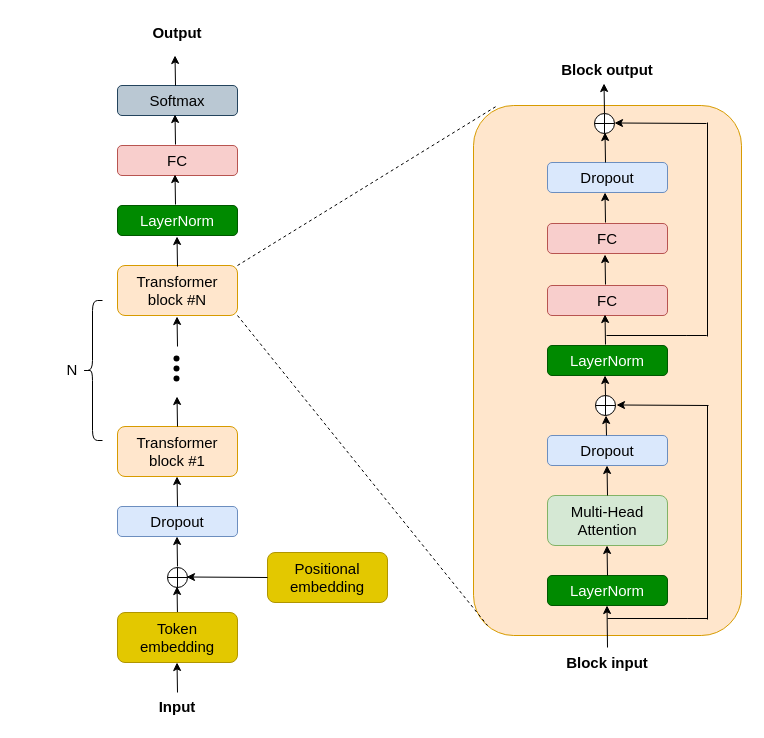
The draw.io diagram page "Page-1" (1 of 3) of GPT2.drawio in windmaple/LLM_from_scratch.JAX, before the edit. Source tidied: cells renumbered, new cells numbered last; positions are measured from the earlier drawing's top-left corner, leaving out a move shared by most shapes. Both pictures are drawn from the tidied source at 100%, with x=0, y=0 at pixel (17, 17).
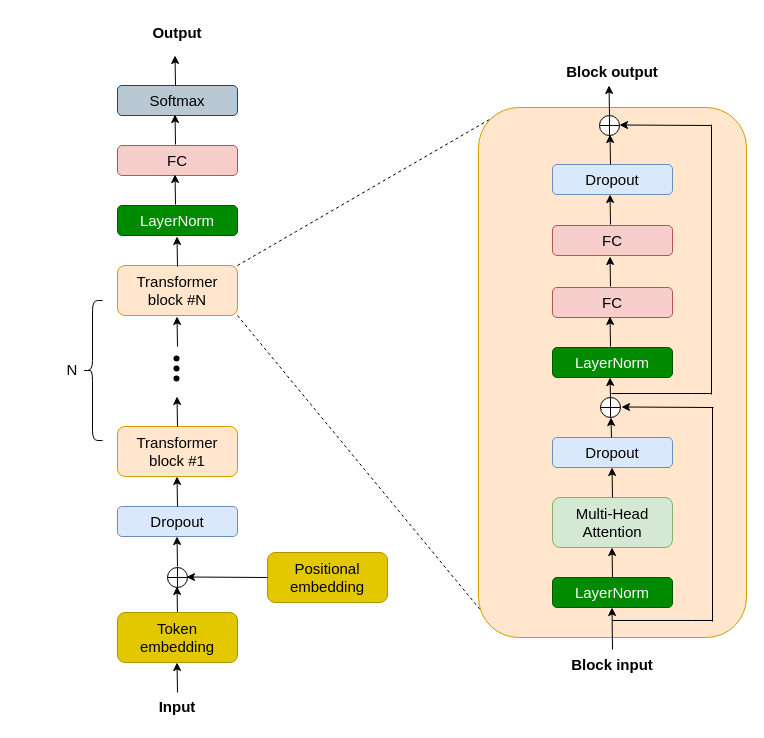
The same diagram, later.

The change refers to these unchanged cells:
```xml
<mxCell id="40" value="&lt;span style=&quot;font-size: 15px;&quot;&gt;Transformer block #N&lt;/span&gt;" style="rounded=1;whiteSpace=wrap;html=1;fillColor=#ffe6cc;strokeColor=#d79b00;" parent="1" vertex="1">
  <mxGeometry x="100" y="248" width="120" height="50" as="geometry" />
</mxCell>
```

Diff of the diagram source:
```diff
@@
-    <mxCell id="2" style="rounded=1;whiteSpace=wrap;html=1;fillColor=#ffe6cc;strokeColor=#d79b00;" parent="1" vertex="1">
-      <mxGeometry x="456" y="88" width="268" height="530" as="geometry" />
-    </mxCell>
-    <mxCell id="3" value="&lt;font style=&quot;font-size: 15px;&quot;&gt;Dropout&lt;/font&gt;" style="rounded=1;whiteSpace=wrap;html=1;fillColor=#dae8fc;strokeColor=#6c8ebf;" parent="1" vertex="1">
-      <mxGeometry x="530" y="145" width="120" height="30" as="geometry" />
-    </mxCell>
-    <mxCell id="4" value="&lt;font style=&quot;font-size: 15px;&quot;&gt;FC&lt;/font&gt;" style="rounded=1;whiteSpace=wrap;html=1;fillColor=#f8cecc;strokeColor=#b85450;" parent="1" vertex="1">
-      <mxGeometry x="530" y="268" width="120" height="30" as="geometry" />
-    </mxCell>
-    <mxCell id="5" value="&lt;font style=&quot;font-size: 15px;&quot;&gt;LayerNorm&lt;/font&gt;" style="rounded=1;whiteSpace=wrap;html=1;fillColor=#008a00;fontColor=#ffffff;strokeColor=#005700;" parent="1" vertex="1">
-      <mxGeometry x="530" y="328" width="120" height="30" as="geometry" />
-    </mxCell>
-    <mxCell id="6" value="&lt;font style=&quot;font-size: 15px;&quot;&gt;Dropout&lt;/font&gt;" style="rounded=1;whiteSpace=wrap;html=1;fillColor=#dae8fc;strokeColor=#6c8ebf;" parent="1" vertex="1">
-      <mxGeometry x="530" y="418" width="120" height="30" as="geometry" />
-    </mxCell>
-    <mxCell id="7" value="&lt;font style=&quot;font-size: 15px;&quot;&gt;Multi-Head&lt;/font&gt;&lt;div&gt;&lt;font style=&quot;font-size: 15px;&quot;&gt;Attention&lt;/font&gt;&lt;/div&gt;" style="rounded=1;whiteSpace=wrap;html=1;fillColor=#d5e8d4;strokeColor=#82b366;" parent="1" vertex="1">
-      <mxGeometry x="530" y="478" width="120" height="50" as="geometry" />
-    </mxCell>
-    <mxCell id="8" value="&lt;font style=&quot;font-size: 15px;&quot;&gt;LayerNorm&lt;/font&gt;" style="rounded=1;whiteSpace=wrap;html=1;fillColor=#008a00;fontColor=#ffffff;strokeColor=#005700;" parent="1" vertex="1">
-      <mxGeometry x="530" y="558" width="120" height="30" as="geometry" />
-    </mxCell>
-    <mxCell id="9" style="endArrow=classic;html=1;rounded=0;" parent="1" edge="1">
-      <mxGeometry relative="1" as="geometry">
-        <mxPoint x="590" y="558" as="sourcePoint" />
-        <mxPoint x="589.5" y="528" as="targetPoint" />
-      </mxGeometry>
-    </mxCell>
-    <mxCell id="10" style="endArrow=classic;html=1;rounded=0;" parent="1" edge="1">
-      <mxGeometry relative="1" as="geometry">
-        <mxPoint x="590" y="478" as="sourcePoint" />
-        <mxPoint x="589.5" y="448" as="targetPoint" />
-      </mxGeometry>
-    </mxCell>
-    <mxCell id="11" style="endArrow=classic;html=1;rounded=0;" parent="1" edge="1">
-      <mxGeometry relative="1" as="geometry">
-        <mxPoint x="589" y="418" as="sourcePoint" />
-        <mxPoint x="588.5" y="398" as="targetPoint" />
-      </mxGeometry>
-    </mxCell>
-    <mxCell id="12" style="endArrow=classic;html=1;rounded=0;" parent="1" edge="1">
-      <mxGeometry relative="1" as="geometry">
-        <mxPoint x="588" y="378" as="sourcePoint" />
-        <mxPoint x="587.5" y="358" as="targetPoint" />
-      </mxGeometry>
-    </mxCell>
-    <mxCell id="13" style="endArrow=classic;html=1;rounded=0;" parent="1" edge="1">
-      <mxGeometry relative="1" as="geometry">
-        <mxPoint x="588" y="327" as="sourcePoint" />
-        <mxPoint x="587.5" y="297" as="targetPoint" />
-      </mxGeometry>
-    </mxCell>
-    <mxCell id="14" style="endArrow=classic;html=1;rounded=0;" parent="1" edge="1">
-      <mxGeometry relative="1" as="geometry">
-        <mxPoint x="588" y="267" as="sourcePoint" />
-        <mxPoint x="587.5" y="237" as="targetPoint" />
-      </mxGeometry>
-    </mxCell>
-    <mxCell id="15" style="endArrow=classic;html=1;rounded=0;exitX=0.5;exitY=0;exitDx=0;exitDy=0;" parent="1" edge="1" source="50">
-      <mxGeometry relative="1" as="geometry">
-        <mxPoint x="589.5" y="588" as="targetPoint" />
-      </mxGeometry>
-    </mxCell>
-    <mxCell id="16" style="endArrow=classic;html=1;rounded=0;" parent="1" edge="1">
-      <mxGeometry relative="1" as="geometry">
-        <mxPoint x="587" y="96" as="sourcePoint" />
-        <mxPoint x="586.5" y="66" as="targetPoint" />
-      </mxGeometry>
-    </mxCell>
-    <mxCell id="17" style="verticalLabelPosition=bottom;verticalAlign=top;html=1;shape=mxgraph.flowchart.summing_function;" parent="1" vertex="1">
-      <mxGeometry x="578" y="378" width="20" height="20" as="geometry" />
-    </mxCell>
-    <mxCell id="18" style="endArrow=classic;html=1;rounded=0;" parent="1" edge="1">
-      <mxGeometry relative="1" as="geometry">
-        <mxPoint x="691" y="388" as="sourcePoint" />
-        <mxPoint x="599" y="387.5" as="targetPoint" />
-      </mxGeometry>
-    </mxCell>
-    <mxCell id="19" style="endArrow=none;html=1;rounded=0;" parent="1" edge="1">
-      <mxGeometry relative="1" as="geometry">
-        <mxPoint x="690" y="602" as="sourcePoint" />
-        <mxPoint x="690" y="388" as="targetPoint" />
-      </mxGeometry>
-    </mxCell>
-    <mxCell id="20" style="endArrow=none;html=1;rounded=0;" parent="1" edge="1">
-      <mxGeometry relative="1" as="geometry">
-        <mxPoint x="590" y="601" as="sourcePoint" />
-        <mxPoint x="670" y="601" as="targetPoint" />
-        <Array as="points">
-          <mxPoint x="670" y="601" />
-          <mxPoint x="690" y="601" />
-        </Array>
-      </mxGeometry>
-    </mxCell>
-    <mxCell id="21" style="verticalLabelPosition=bottom;verticalAlign=top;html=1;shape=mxgraph.flowchart.summing_function;" parent="1" vertex="1">
-      <mxGeometry x="577" y="96" width="20" height="20" as="geometry" />
-    </mxCell>
-    <mxCell id="22" style="endArrow=classic;html=1;rounded=0;" parent="1" edge="1">
-      <mxGeometry relative="1" as="geometry">
-        <mxPoint x="689" y="106" as="sourcePoint" />
-        <mxPoint x="597" y="105.5" as="targetPoint" />
-      </mxGeometry>
-    </mxCell>
-    <mxCell id="23" style="endArrow=classic;html=1;rounded=0;" parent="1" edge="1">
-      <mxGeometry relative="1" as="geometry">
-        <mxPoint x="588" y="145" as="sourcePoint" />
-        <mxPoint x="587.5" y="115" as="targetPoint" />
-      </mxGeometry>
-    </mxCell>
-    <mxCell id="24" style="endArrow=none;html=1;rounded=0;" parent="1" edge="1">
-      <mxGeometry relative="1" as="geometry">
-        <mxPoint x="589" y="318" as="sourcePoint" />
-        <mxPoint x="669" y="318" as="targetPoint" />
-        <Array as="points">
-          <mxPoint x="669" y="318" />
-          <mxPoint x="689" y="318" />
-        </Array>
-      </mxGeometry>
-    </mxCell>
@@
-    <mxCell id="48" style="endArrow=none;dashed=1;html=1;rounded=0;entryX=0.09;entryY=0;entryDx=0;entryDy=0;entryPerimeter=0;" parent="1" edge="1" target="2">
+    <mxCell id="48" style="endArrow=none;dashed=1;html=1;rounded=0;entryX=0.067;entryY=0.015;entryDx=0;entryDy=0;entryPerimeter=0;" parent="1" edge="1" target="59">
       <mxGeometry relative="1" as="geometry">
         <mxPoint x="220" y="248" as="sourcePoint" />
       </mxGeometry>
     </mxCell>
-    <mxCell id="49" style="endArrow=none;dashed=1;html=1;rounded=0;exitX=1;exitY=1;exitDx=0;exitDy=0;entryX=0.052;entryY=0.981;entryDx=0;entryDy=0;entryPerimeter=0;" parent="1" edge="1" source="40" target="2">
+    <mxCell id="49" style="endArrow=none;dashed=1;html=1;rounded=0;exitX=1;exitY=1;exitDx=0;exitDy=0;entryX=0.03;entryY=0.962;entryDx=0;entryDy=0;entryPerimeter=0;" parent="1" edge="1" source="40" target="59">
       <mxGeometry relative="1" as="geometry" />
     </mxCell>
-    <mxCell id="50" value="&lt;b&gt;Block input&lt;/b&gt;" style="text;strokeColor=none;align=center;fillColor=none;html=1;verticalAlign=middle;whiteSpace=wrap;rounded=0;fontSize=15;" parent="1" vertex="1">
-      <mxGeometry x="535" y="630" width="110" height="30" as="geometry" />
-    </mxCell>
-    <mxCell id="51" value="&lt;b&gt;Block output&lt;/b&gt;" style="text;strokeColor=none;align=center;fillColor=none;html=1;verticalAlign=middle;whiteSpace=wrap;rounded=0;fontSize=15;" parent="1" vertex="1">
-      <mxGeometry x="535" y="37" width="110" height="30" as="geometry" />
-    </mxCell>
@@
-    <mxCell id="56" value="&lt;font style=&quot;font-size: 15px;&quot;&gt;FC&lt;/font&gt;" style="rounded=1;whiteSpace=wrap;html=1;fillColor=#f8cecc;strokeColor=#b85450;" parent="1" vertex="1">
-      <mxGeometry x="530" y="206" width="120" height="30" as="geometry" />
-    </mxCell>
-    <mxCell id="57" style="endArrow=classic;html=1;rounded=0;" parent="1" edge="1">
-      <mxGeometry relative="1" as="geometry">
-        <mxPoint x="588" y="205" as="sourcePoint" />
-        <mxPoint x="587.5" y="175" as="targetPoint" />
-      </mxGeometry>
-    </mxCell>
-    <mxCell id="58" style="endArrow=none;html=1;rounded=0;" parent="1" edge="1">
-      <mxGeometry relative="1" as="geometry">
-        <mxPoint x="690" y="319" as="sourcePoint" />
-        <mxPoint x="690" y="105" as="targetPoint" />
-      </mxGeometry>
-    </mxCell>
+    <mxCell id="59" style="rounded=1;whiteSpace=wrap;html=1;fillColor=#ffe6cc;strokeColor=#d79b00;" parent="1" vertex="1">
+      <mxGeometry x="461" y="90" width="268" height="530" as="geometry" />
+    </mxCell>
+    <mxCell id="60" value="&lt;font style=&quot;font-size: 15px;&quot;&gt;Dropout&lt;/font&gt;" style="rounded=1;whiteSpace=wrap;html=1;fillColor=#dae8fc;strokeColor=#6c8ebf;" parent="1" vertex="1">
+      <mxGeometry x="535" y="147" width="120" height="30" as="geometry" />
+    </mxCell>
+    <mxCell id="61" value="&lt;font style=&quot;font-size: 15px;&quot;&gt;FC&lt;/font&gt;" style="rounded=1;whiteSpace=wrap;html=1;fillColor=#f8cecc;strokeColor=#b85450;" parent="1" vertex="1">
+      <mxGeometry x="535" y="270" width="120" height="30" as="geometry" />
+    </mxCell>
+    <mxCell id="62" value="&lt;font style=&quot;font-size: 15px;&quot;&gt;LayerNorm&lt;/font&gt;" style="rounded=1;whiteSpace=wrap;html=1;fillColor=#008a00;fontColor=#ffffff;strokeColor=#005700;" parent="1" vertex="1">
+      <mxGeometry x="535" y="330" width="120" height="30" as="geometry" />
+    </mxCell>
+    <mxCell id="63" value="&lt;font style=&quot;font-size: 15px;&quot;&gt;Dropout&lt;/font&gt;" style="rounded=1;whiteSpace=wrap;html=1;fillColor=#dae8fc;strokeColor=#6c8ebf;" parent="1" vertex="1">
+      <mxGeometry x="535" y="420" width="120" height="30" as="geometry" />
+    </mxCell>
+    <mxCell id="7" value="&lt;font style=&quot;font-size: 15px;&quot;&gt;Multi-Head&lt;/font&gt;&lt;div&gt;&lt;font style=&quot;font-size: 15px;&quot;&gt;Attention&lt;/font&gt;&lt;/div&gt;" style="rounded=1;whiteSpace=wrap;html=1;fillColor=#d5e8d4;strokeColor=#82b366;" parent="1" vertex="1">
+      <mxGeometry x="535" y="480" width="120" height="50" as="geometry" />
+    </mxCell>
+    <mxCell id="64" value="&lt;font style=&quot;font-size: 15px;&quot;&gt;LayerNorm&lt;/font&gt;" style="rounded=1;whiteSpace=wrap;html=1;fillColor=#008a00;fontColor=#ffffff;strokeColor=#005700;" parent="1" vertex="1">
+      <mxGeometry x="535" y="560" width="120" height="30" as="geometry" />
+    </mxCell>
+    <mxCell id="65" style="endArrow=classic;html=1;rounded=0;" parent="1" edge="1">
+      <mxGeometry relative="1" as="geometry">
+        <mxPoint x="595" y="560" as="sourcePoint" />
+        <mxPoint x="594.5" y="530" as="targetPoint" />
+      </mxGeometry>
+    </mxCell>
+    <mxCell id="66" style="endArrow=classic;html=1;rounded=0;" parent="1" edge="1">
+      <mxGeometry relative="1" as="geometry">
+        <mxPoint x="595" y="480" as="sourcePoint" />
+        <mxPoint x="594.5" y="450" as="targetPoint" />
+      </mxGeometry>
+    </mxCell>
+    <mxCell id="67" style="endArrow=classic;html=1;rounded=0;" parent="1" edge="1">
+      <mxGeometry relative="1" as="geometry">
+        <mxPoint x="594" y="420" as="sourcePoint" />
+        <mxPoint x="593.5" y="400" as="targetPoint" />
+      </mxGeometry>
+    </mxCell>
+    <mxCell id="68" style="endArrow=classic;html=1;rounded=0;" parent="1" edge="1">
+      <mxGeometry relative="1" as="geometry">
+        <mxPoint x="593" y="380" as="sourcePoint" />
+        <mxPoint x="592.5" y="360" as="targetPoint" />
+      </mxGeometry>
+    </mxCell>
+    <mxCell id="69" style="endArrow=classic;html=1;rounded=0;" parent="1" edge="1">
+      <mxGeometry relative="1" as="geometry">
+        <mxPoint x="593" y="329" as="sourcePoint" />
+        <mxPoint x="592.5" y="299" as="targetPoint" />
+      </mxGeometry>
+    </mxCell>
+    <mxCell id="70" style="endArrow=classic;html=1;rounded=0;" parent="1" edge="1">
+      <mxGeometry relative="1" as="geometry">
+        <mxPoint x="593" y="269" as="sourcePoint" />
+        <mxPoint x="592.5" y="239" as="targetPoint" />
+      </mxGeometry>
+    </mxCell>
+    <mxCell id="71" style="endArrow=classic;html=1;rounded=0;exitX=0.5;exitY=0;exitDx=0;exitDy=0;" parent="1" edge="1" source="50">
+      <mxGeometry relative="1" as="geometry">
+        <mxPoint x="594.5" y="590" as="targetPoint" />
+      </mxGeometry>
+    </mxCell>
+    <mxCell id="72" style="endArrow=classic;html=1;rounded=0;" parent="1" edge="1">
+      <mxGeometry relative="1" as="geometry">
+        <mxPoint x="592" y="98" as="sourcePoint" />
+        <mxPoint x="591.5" y="68" as="targetPoint" />
+      </mxGeometry>
+    </mxCell>
+    <mxCell id="73" style="verticalLabelPosition=bottom;verticalAlign=top;html=1;shape=mxgraph.flowchart.summing_function;" parent="1" vertex="1">
+      <mxGeometry x="583" y="380" width="20" height="20" as="geometry" />
+    </mxCell>
+    <mxCell id="74" style="endArrow=classic;html=1;rounded=0;" parent="1" edge="1">
+      <mxGeometry relative="1" as="geometry">
+        <mxPoint x="696" y="390" as="sourcePoint" />
+        <mxPoint x="604" y="389.5" as="targetPoint" />
+      </mxGeometry>
+    </mxCell>
+    <mxCell id="75" style="endArrow=none;html=1;rounded=0;" parent="1" edge="1">
+      <mxGeometry relative="1" as="geometry">
+        <mxPoint x="695" y="604" as="sourcePoint" />
+        <mxPoint x="695" y="390" as="targetPoint" />
+      </mxGeometry>
+    </mxCell>
+    <mxCell id="76" style="endArrow=none;html=1;rounded=0;" parent="1" edge="1">
+      <mxGeometry relative="1" as="geometry">
+        <mxPoint x="595" y="603" as="sourcePoint" />
+        <mxPoint x="675" y="603" as="targetPoint" />
+        <Array as="points">
+          <mxPoint x="675" y="603" />
+          <mxPoint x="695" y="603" />
+        </Array>
+      </mxGeometry>
+    </mxCell>
+    <mxCell id="77" style="verticalLabelPosition=bottom;verticalAlign=top;html=1;shape=mxgraph.flowchart.summing_function;" parent="1" vertex="1">
+      <mxGeometry x="582" y="98" width="20" height="20" as="geometry" />
+    </mxCell>
+    <mxCell id="78" style="endArrow=classic;html=1;rounded=0;" parent="1" edge="1">
+      <mxGeometry relative="1" as="geometry">
+        <mxPoint x="694" y="108" as="sourcePoint" />
+        <mxPoint x="602" y="107.5" as="targetPoint" />
+      </mxGeometry>
+    </mxCell>
+    <mxCell id="79" style="endArrow=classic;html=1;rounded=0;" parent="1" edge="1">
+      <mxGeometry relative="1" as="geometry">
+        <mxPoint x="593" y="147" as="sourcePoint" />
+        <mxPoint x="592.5" y="117" as="targetPoint" />
+      </mxGeometry>
+    </mxCell>
+    <mxCell id="80" style="endArrow=none;html=1;rounded=0;" parent="1" edge="1">
+      <mxGeometry relative="1" as="geometry">
+        <mxPoint x="594" y="376" as="sourcePoint" />
+        <mxPoint x="674" y="376" as="targetPoint" />
+        <Array as="points">
+          <mxPoint x="674" y="376" />
+          <mxPoint x="694" y="376" />
+        </Array>
+      </mxGeometry>
+    </mxCell>
+    <mxCell id="50" value="&lt;b&gt;Block input&lt;/b&gt;" style="text;strokeColor=none;align=center;fillColor=none;html=1;verticalAlign=middle;whiteSpace=wrap;rounded=0;fontSize=15;" parent="1" vertex="1">
+      <mxGeometry x="540" y="632" width="110" height="30" as="geometry" />
+    </mxCell>
+    <mxCell id="51" value="&lt;b&gt;Block output&lt;/b&gt;" style="text;strokeColor=none;align=center;fillColor=none;html=1;verticalAlign=middle;whiteSpace=wrap;rounded=0;fontSize=15;" parent="1" vertex="1">
+      <mxGeometry x="540" y="39" width="110" height="30" as="geometry" />
+    </mxCell>
+    <mxCell id="81" value="&lt;font style=&quot;font-size: 15px;&quot;&gt;FC&lt;/font&gt;" style="rounded=1;whiteSpace=wrap;html=1;fillColor=#f8cecc;strokeColor=#b85450;" parent="1" vertex="1">
+      <mxGeometry x="535" y="208" width="120" height="30" as="geometry" />
+    </mxCell>
+    <mxCell id="82" style="endArrow=classic;html=1;rounded=0;" parent="1" edge="1">
+      <mxGeometry relative="1" as="geometry">
+        <mxPoint x="593" y="207" as="sourcePoint" />
+        <mxPoint x="592.5" y="177" as="targetPoint" />
+      </mxGeometry>
+    </mxCell>
+    <mxCell id="83" style="endArrow=none;html=1;rounded=0;" parent="1" edge="1">
+      <mxGeometry relative="1" as="geometry">
+        <mxPoint x="694" y="107" as="sourcePoint" />
+        <mxPoint x="694" y="377" as="targetPoint" />
+      </mxGeometry>
+    </mxCell>
```
